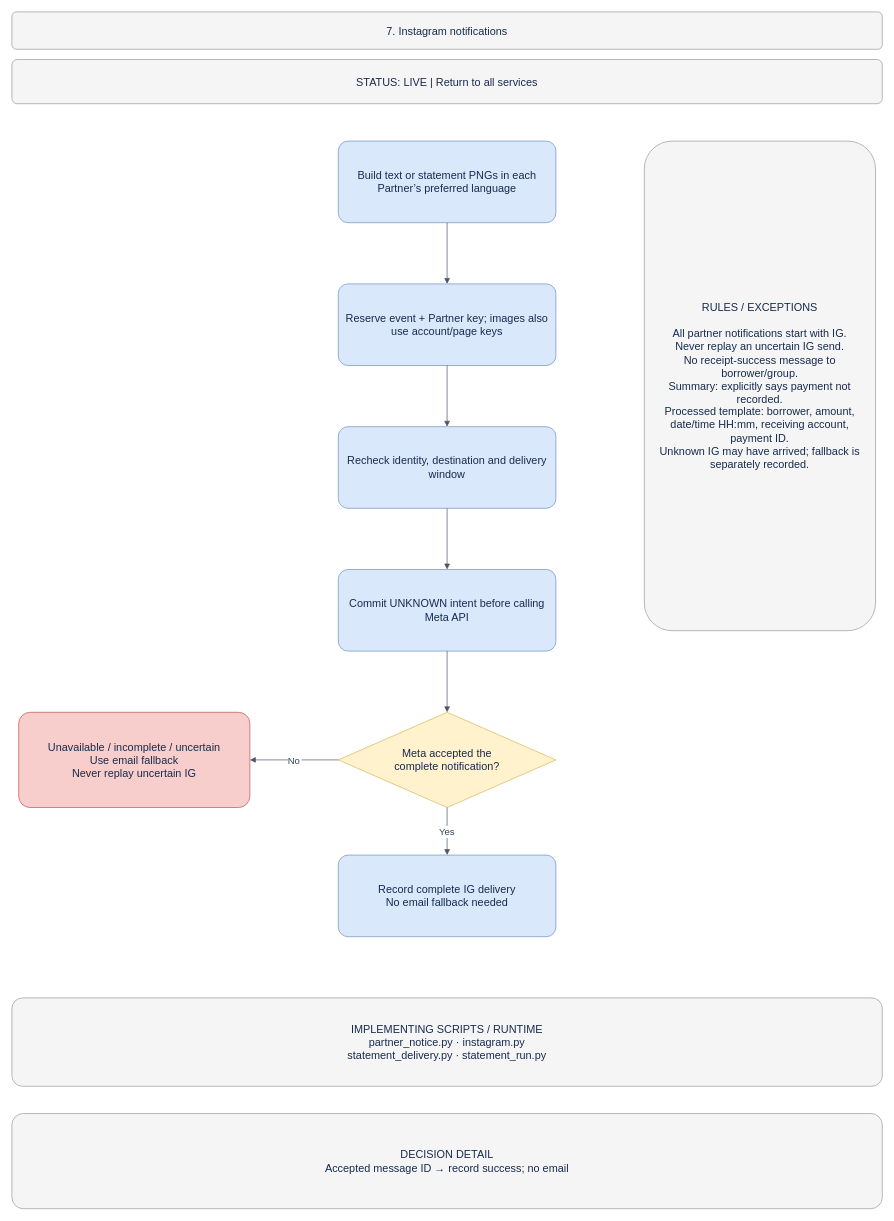
This is page "07 · Instagram notifications" (7 of 18) of integration-agent/docs/BUSINESS_PROCESS.drawio from welct0407/MW-Credit-App, a draw.io file, before an edit. Source tidied: cells renumbered, new cells numbered last; positions are measured from the earlier drawing's top-left corner, leaving out a move shared by most shapes. Both pictures are drawn from the tidied source at 68%, with x=0, y=0 at pixel (12, 12).
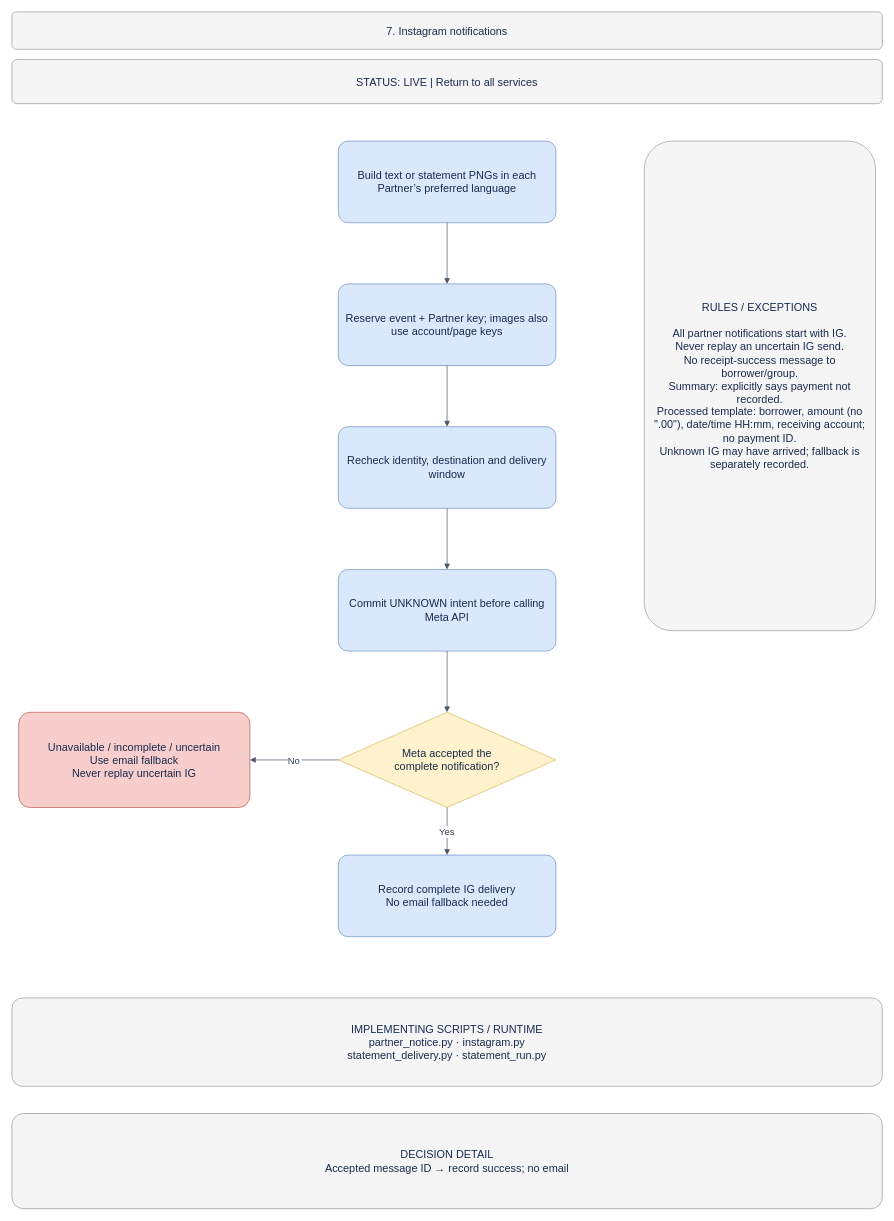
The same page after the edit.

Commit message (it also covers changes not shown here):
Partner notices: whole-baht amounts and no Payment ID line

The edit, as a diff of the source:
```diff
@@
 <mxGraphModel>
   <root>
     <mxCell id="0" />
     <mxCell id="1" parent="0" />
     <mxCell id="2" value="7. Instagram notifications" style="rounded=1;arcSize=12;whiteSpace=wrap;html=0;fillColor=#f5f5f5;strokeColor=#999999;fontColor=#172b4d;fontSize=16;align=center;verticalAlign=middle;spacing=12;" parent="1" vertex="1">
       <mxGeometry width="1280" height="55" as="geometry" />
     </mxCell>
     <mxCell id="3" value="STATUS: LIVE  |  Return to all services" style="rounded=1;arcSize=12;whiteSpace=wrap;html=0;fillColor=#f5f5f5;strokeColor=#999999;fontColor=#172b4d;fontSize=16;align=center;verticalAlign=middle;spacing=12;" parent="1" vertex="1">
       <mxGeometry y="70" width="1280" height="65" as="geometry" />
     </mxCell>
     <mxCell id="4" value="Build text or statement PNGs in each Partner’s preferred language" style="rounded=1;arcSize=12;whiteSpace=wrap;html=0;fillColor=#dae8fc;strokeColor=#6c8ebf;fontColor=#172b4d;fontSize=16;align=center;verticalAlign=middle;spacing=12;" parent="1" vertex="1">
       <mxGeometry x="480" y="190" width="320" height="120" as="geometry" />
     </mxCell>
     <mxCell id="5" value="Reserve event + Partner key; images also use account/page keys" style="rounded=1;arcSize=12;whiteSpace=wrap;html=0;fillColor=#dae8fc;strokeColor=#6c8ebf;fontColor=#172b4d;fontSize=16;align=center;verticalAlign=middle;spacing=12;" parent="1" vertex="1">
       <mxGeometry x="480" y="400" width="320" height="120" as="geometry" />
     </mxCell>
     <mxCell id="6" style="edgeStyle=orthogonalEdgeStyle;rounded=0;jettySize=auto;html=0;endArrow=block;endFill=1;strokeColor=#475569;fontColor=#334155;fontSize=14;labelBackgroundColor=#ffffff;" parent="1" edge="1" source="4" target="5">
       <mxGeometry relative="1" as="geometry" />
     </mxCell>
     <mxCell id="7" value="Recheck identity, destination and delivery window" style="rounded=1;arcSize=12;whiteSpace=wrap;html=0;fillColor=#dae8fc;strokeColor=#6c8ebf;fontColor=#172b4d;fontSize=16;align=center;verticalAlign=middle;spacing=12;" parent="1" vertex="1">
       <mxGeometry x="480" y="610" width="320" height="120" as="geometry" />
     </mxCell>
     <mxCell id="8" style="edgeStyle=orthogonalEdgeStyle;rounded=0;jettySize=auto;html=0;endArrow=block;endFill=1;strokeColor=#475569;fontColor=#334155;fontSize=14;labelBackgroundColor=#ffffff;" parent="1" edge="1" source="5" target="7">
       <mxGeometry relative="1" as="geometry" />
     </mxCell>
     <mxCell id="9" value="Commit UNKNOWN intent before calling Meta API" style="rounded=1;arcSize=12;whiteSpace=wrap;html=0;fillColor=#dae8fc;strokeColor=#6c8ebf;fontColor=#172b4d;fontSize=16;align=center;verticalAlign=middle;spacing=12;" parent="1" vertex="1">
       <mxGeometry x="480" y="820" width="320" height="120" as="geometry" />
     </mxCell>
     <mxCell id="10" style="edgeStyle=orthogonalEdgeStyle;rounded=0;jettySize=auto;html=0;endArrow=block;endFill=1;strokeColor=#475569;fontColor=#334155;fontSize=14;labelBackgroundColor=#ffffff;" parent="1" edge="1" source="7" target="9">
       <mxGeometry relative="1" as="geometry" />
     </mxCell>
     <mxCell id="11" value="Meta accepted the&#10;complete notification?" style="rhombus;whiteSpace=wrap;html=0;fillColor=#fff2cc;strokeColor=#d6b656;fontColor=#172b4d;fontSize=16;align=center;verticalAlign=middle;spacing=12;" parent="1" vertex="1">
       <mxGeometry x="480" y="1030" width="320" height="140" as="geometry" />
     </mxCell>
     <mxCell id="12" style="edgeStyle=orthogonalEdgeStyle;rounded=0;jettySize=auto;html=0;endArrow=block;endFill=1;strokeColor=#475569;fontColor=#334155;fontSize=14;labelBackgroundColor=#ffffff;" parent="1" edge="1" source="9" target="11">
       <mxGeometry relative="1" as="geometry" />
     </mxCell>
     <mxCell id="13" value="Record complete IG delivery&#10;No email fallback needed" style="rounded=1;arcSize=12;whiteSpace=wrap;html=0;fillColor=#dae8fc;strokeColor=#6c8ebf;fontColor=#172b4d;fontSize=16;align=center;verticalAlign=middle;spacing=12;" parent="1" vertex="1">
       <mxGeometry x="480" y="1240" width="320" height="120" as="geometry" />
     </mxCell>
     <mxCell id="14" value="Yes" style="edgeStyle=orthogonalEdgeStyle;rounded=0;jettySize=auto;html=0;endArrow=block;endFill=1;strokeColor=#475569;fontColor=#334155;fontSize=14;labelBackgroundColor=#ffffff;" parent="1" edge="1" source="11" target="13">
       <mxGeometry relative="1" as="geometry" />
     </mxCell>
     <mxCell id="15" value="Unavailable / incomplete / uncertain&#10;Use email fallback&#10;Never replay uncertain IG" style="rounded=1;arcSize=12;whiteSpace=wrap;html=0;fillColor=#f8cecc;strokeColor=#b85450;fontColor=#172b4d;fontSize=16;align=center;verticalAlign=middle;spacing=12;" parent="1" vertex="1">
       <mxGeometry x="10" y="1030" width="340" height="140" as="geometry" />
     </mxCell>
     <mxCell id="16" value="No" style="edgeStyle=orthogonalEdgeStyle;rounded=0;jettySize=auto;html=0;endArrow=block;endFill=1;strokeColor=#475569;fontColor=#334155;fontSize=14;labelBackgroundColor=#ffffff;" parent="1" edge="1" source="11" target="15">
       <mxGeometry relative="1" as="geometry" />
     </mxCell>
-    <mxCell id="17" value="RULES / EXCEPTIONS&#10;&#10;All partner notifications start with IG.&#10;Never replay an uncertain IG send.&#10;No receipt-success message to borrower/group.&#10;Summary: explicitly says payment not recorded.&#10;Processed template: borrower, amount, date/time HH:mm, receiving account, payment ID.&#10;Unknown IG may have arrived; fallback is separately recorded." style="rounded=1;arcSize=12;whiteSpace=wrap;html=0;fillColor=#f5f5f5;strokeColor=#999999;fontColor=#172b4d;fontSize=16;align=center;verticalAlign=middle;spacing=12;" parent="1" vertex="1">
+    <mxCell id="17" value="RULES / EXCEPTIONS&#10;&#10;All partner notifications start with IG.&#10;Never replay an uncertain IG send.&#10;No receipt-success message to borrower/group.&#10;Summary: explicitly says payment not recorded.&#10;Processed template: borrower, amount (no &quot;.00&quot;), date/time HH:mm, receiving account; no payment ID.&#10;Unknown IG may have arrived; fallback is separately recorded." style="rounded=1;arcSize=12;whiteSpace=wrap;html=0;fillColor=#f5f5f5;strokeColor=#999999;fontColor=#172b4d;fontSize=16;align=center;verticalAlign=middle;spacing=12;" parent="1" vertex="1">
       <mxGeometry x="930" y="190" width="340" height="720" as="geometry" />
     </mxCell>
     <mxCell id="18" value="IMPLEMENTING SCRIPTS / RUNTIME&#10;partner_notice.py · instagram.py&#10;statement_delivery.py · statement_run.py" style="rounded=1;arcSize=12;whiteSpace=wrap;html=0;fillColor=#f5f5f5;strokeColor=#999999;fontColor=#172b4d;fontSize=16;align=center;verticalAlign=middle;spacing=12;" parent="1" vertex="1">
       <mxGeometry y="1450" width="1280" height="130" as="geometry" />
     </mxCell>
     <mxCell id="19" value="DECISION DETAIL&#10;Accepted message ID → record success; no email" style="rounded=1;arcSize=12;whiteSpace=wrap;html=0;fillColor=#f5f5f5;strokeColor=#999999;fontColor=#172b4d;fontSize=16;align=center;verticalAlign=middle;spacing=12;" parent="1" vertex="1">
       <mxGeometry y="1620" width="1280" height="140" as="geometry" />
     </mxCell>
   </root>
 </mxGraphModel>
```
